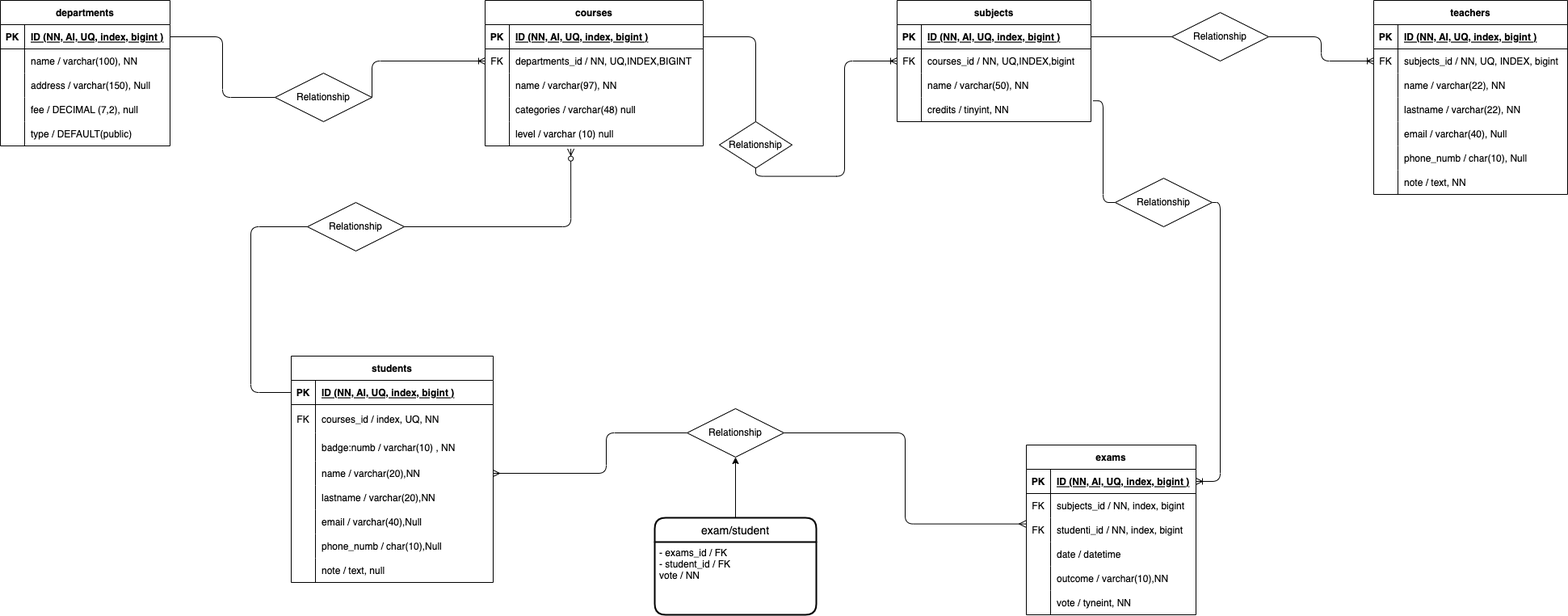
Before: schema.png, a diagram exported from draw.io (Francesco-Iannuzzi/db-university). Source tidied: cells renumbered, new cells last; positions are measured from the earlier drawing's top-left corner, leaving out a move shared by most shapes.
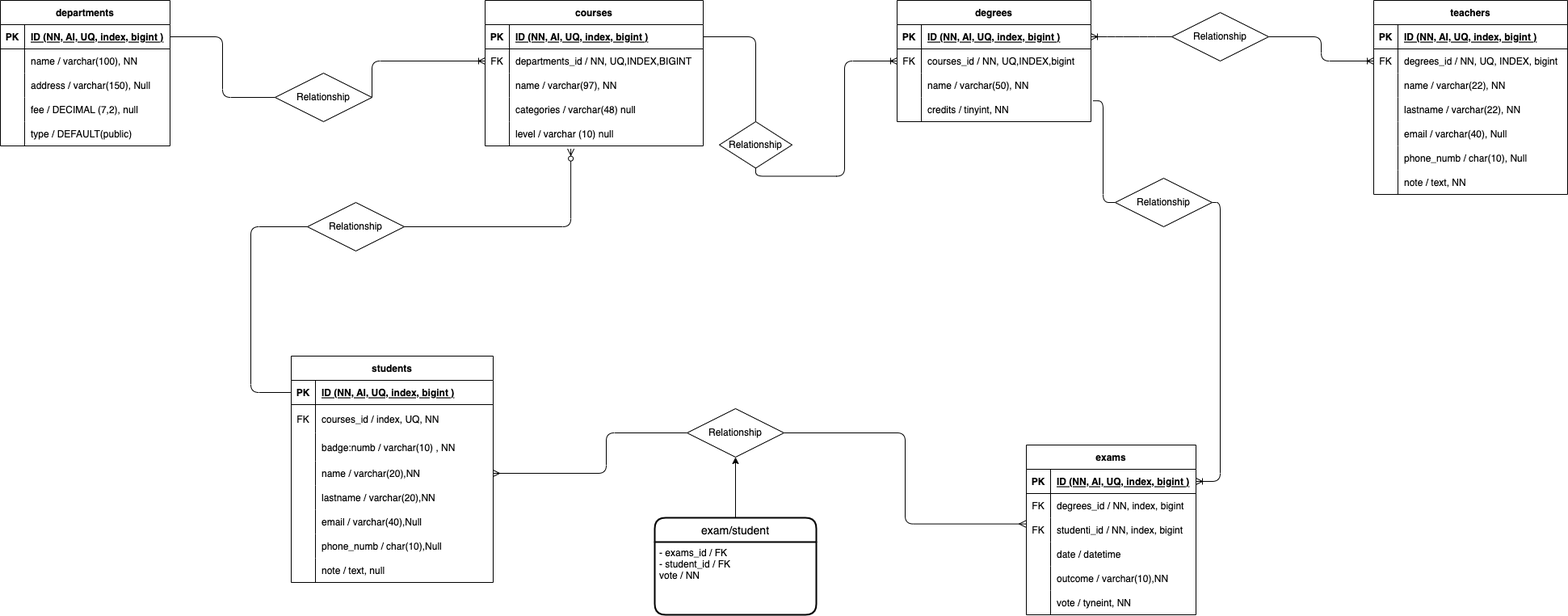
The same file after the commit.

Commit message:
fix manyToMany degrees / teachers

Change to the diagram source:
```diff
@@ -98,7 +98,7 @@
     <mxCell id="33" value="level / varchar (10) null" style="shape=partialRectangle;fillColor=none;top=0;left=0;bottom=0;right=0;align=left;spacingLeft=6;overflow=hidden;" parent="31" vertex="1">
       <mxGeometry x="30" width="240" height="30" as="geometry" />
     </mxCell>
-    <mxCell id="34" value="subjects" style="shape=table;startSize=30;rowLines=0;fontStyle=1;align=center;" parent="1" vertex="1">
+    <mxCell id="34" value="degrees" style="shape=table;startSize=30;rowLines=0;fontStyle=1;align=center;" parent="1" vertex="1">
       <mxGeometry x="1110" width="240" height="150" as="geometry" />
     </mxCell>
     <mxCell id="35" style="shape=tableRow;horizontal=0;startSize=0;swimlaneHead=0;swimlaneBody=0;fillColor=none;points=[[0,0.5],[1,0.5]];portConstraint=eastwest;top=0;left=0;right=0;bottom=1;" parent="34" vertex="1">
@@ -155,7 +155,7 @@
     <mxCell id="52" value="FK" style="shape=partialRectangle;fillColor=none;top=0;left=0;bottom=0;right=0;overflow=hidden;" parent="51" vertex="1">
       <mxGeometry width="30" height="30" as="geometry" />
     </mxCell>
-    <mxCell id="53" value="subjects_id / NN, UQ, INDEX, bigint" style="shape=partialRectangle;fillColor=none;top=0;left=0;bottom=0;right=0;align=left;spacingLeft=6;overflow=hidden;" parent="51" vertex="1">
+    <mxCell id="53" value="degrees_id / NN, UQ, INDEX, bigint" style="shape=partialRectangle;fillColor=none;top=0;left=0;bottom=0;right=0;align=left;spacingLeft=6;overflow=hidden;" parent="51" vertex="1">
       <mxGeometry x="30" width="210" height="30" as="geometry" />
     </mxCell>
     <mxCell id="54" style="shape=tableRow;horizontal=0;startSize=0;swimlaneHead=0;swimlaneBody=0;fillColor=none;top=0;left=0;right=0;bottom=0;" parent="47" vertex="1">
@@ -296,7 +296,7 @@
     <mxCell id="99" value="FK" style="shape=partialRectangle;fillColor=none;top=0;left=0;bottom=0;right=0;overflow=hidden;" parent="98" vertex="1">
       <mxGeometry width="30" height="30" as="geometry" />
     </mxCell>
-    <mxCell id="100" value="subjects_id / NN, index, bigint" style="shape=partialRectangle;fillColor=none;top=0;left=0;bottom=0;right=0;align=left;spacingLeft=6;overflow=hidden;" parent="98" vertex="1">
+    <mxCell id="100" value="degrees_id / NN, index, bigint" style="shape=partialRectangle;fillColor=none;top=0;left=0;bottom=0;right=0;align=left;spacingLeft=6;overflow=hidden;" parent="98" vertex="1">
       <mxGeometry x="30" width="180" height="30" as="geometry" />
     </mxCell>
     <mxCell id="101" style="shape=tableRow;horizontal=0;startSize=0;swimlaneHead=0;swimlaneBody=0;fillColor=none;points=[[0,0.5],[1,0.5]];portConstraint=eastwest;top=0;left=0;right=0;bottom=0;" parent="94" vertex="1">
@@ -386,9 +386,6 @@
     <mxCell id="126" value="Relationship" style="shape=rhombus;perimeter=rhombusPerimeter;whiteSpace=wrap;html=1;align=center;" parent="1" vertex="1">
       <mxGeometry x="850" y="505" width="120" height="60" as="geometry" />
     </mxCell>
-    <mxCell id="127" style="edgeStyle=orthogonalEdgeStyle;fontSize=12;html=1;endArrow=none;entryX=0;entryY=0.5;entryDx=0;entryDy=0;exitX=1;exitY=0.5;exitDx=0;exitDy=0;" parent="1" edge="1" source="35" target="128">
-      <mxGeometry relative="1" as="geometry" />
-    </mxCell>
     <mxCell id="128" value="Relationship" style="shape=rhombus;perimeter=rhombusPerimeter;whiteSpace=wrap;html=1;align=center;" parent="1" vertex="1">
       <mxGeometry x="1450" y="15" width="120" height="60" as="geometry" />
     </mxCell>
@@ -415,5 +412,8 @@
     <mxCell id="133" value="Relationship" style="shape=rhombus;perimeter=rhombusPerimeter;whiteSpace=wrap;html=1;align=center;" parent="1" vertex="1">
       <mxGeometry x="380" y="250" width="120" height="60" as="geometry" />
     </mxCell>
+    <mxCell id="134" style="edgeStyle=entityRelationEdgeStyle;fontSize=12;html=1;endArrow=ERoneToMany;entryX=1;entryY=0.5;entryDx=0;entryDy=0;exitX=0;exitY=0.5;exitDx=0;exitDy=0;" parent="1" edge="1" source="128" target="35">
+      <mxGeometry relative="1" as="geometry" />
+    </mxCell>
   </root>
 </mxGraphModel>
```
